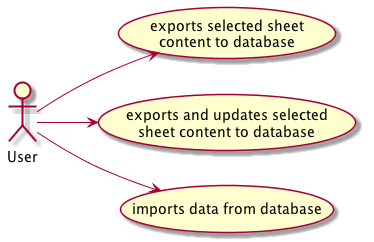
This is docs/1111168/Diagrams/use_case_persistence_v1.png from askpt/LAPR4, a PlantUML export, as it was before one commit.
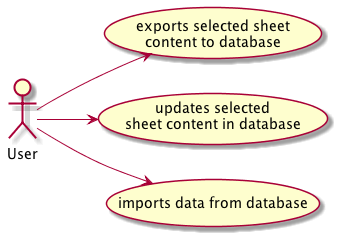
Later version of the same file.

Commit message:
1111168: fix uc diagrams ref #9 #10

Diff of the diagram source:
```diff
@@ -1,6 +1,6 @@
 @startuml use_case_persistence_v1.png
 left to right direction
 User --> (exports selected sheet \ncontent to database)
-User --> (exports and updates selected \nsheet content to database)
+User --> (updates selected \nsheet content in database)
 User --> (imports data from database)
 @enduml
```
